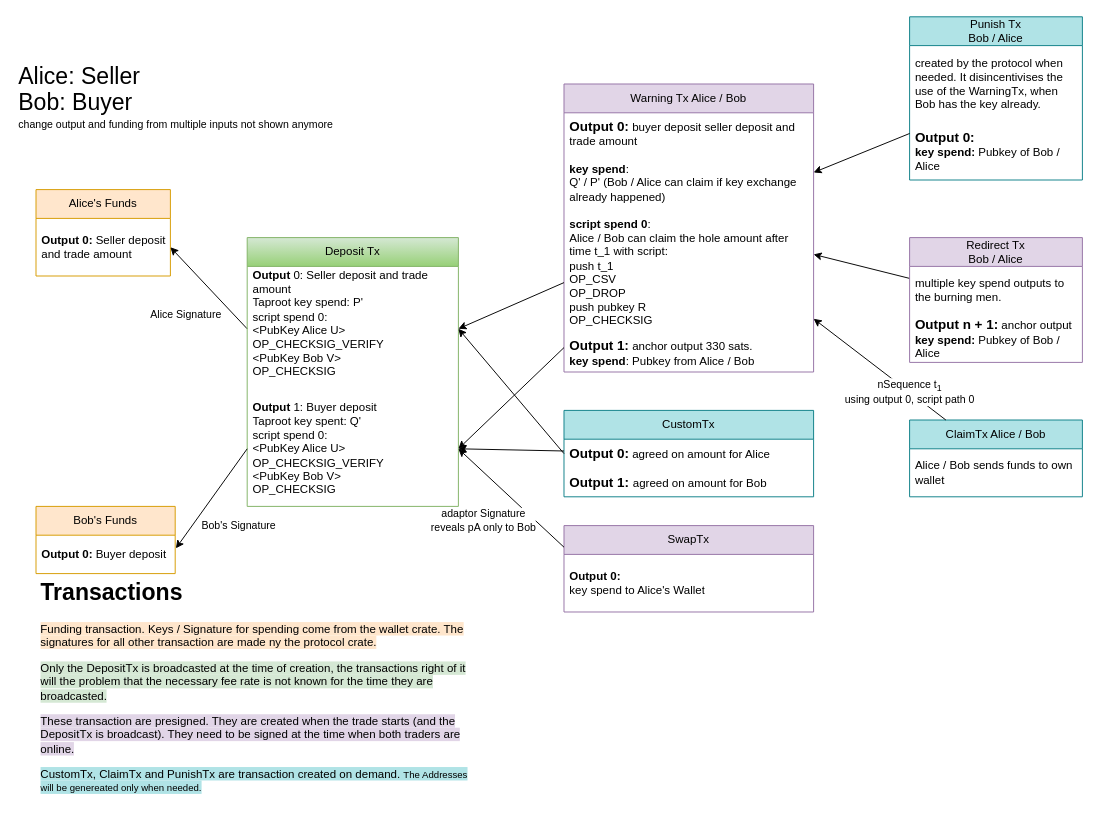
The draw.io diagram concept/STx7.drawio in bisq-network/bisq-musig, before the edit. Source tidied: cells renumbered, new cells numbered last; positions are measured from the earlier drawing's top-left corner, leaving out a move shared by most shapes. Both pictures are drawn from the tidied source at 96%, with x=0, y=0 at pixel (16, 16).
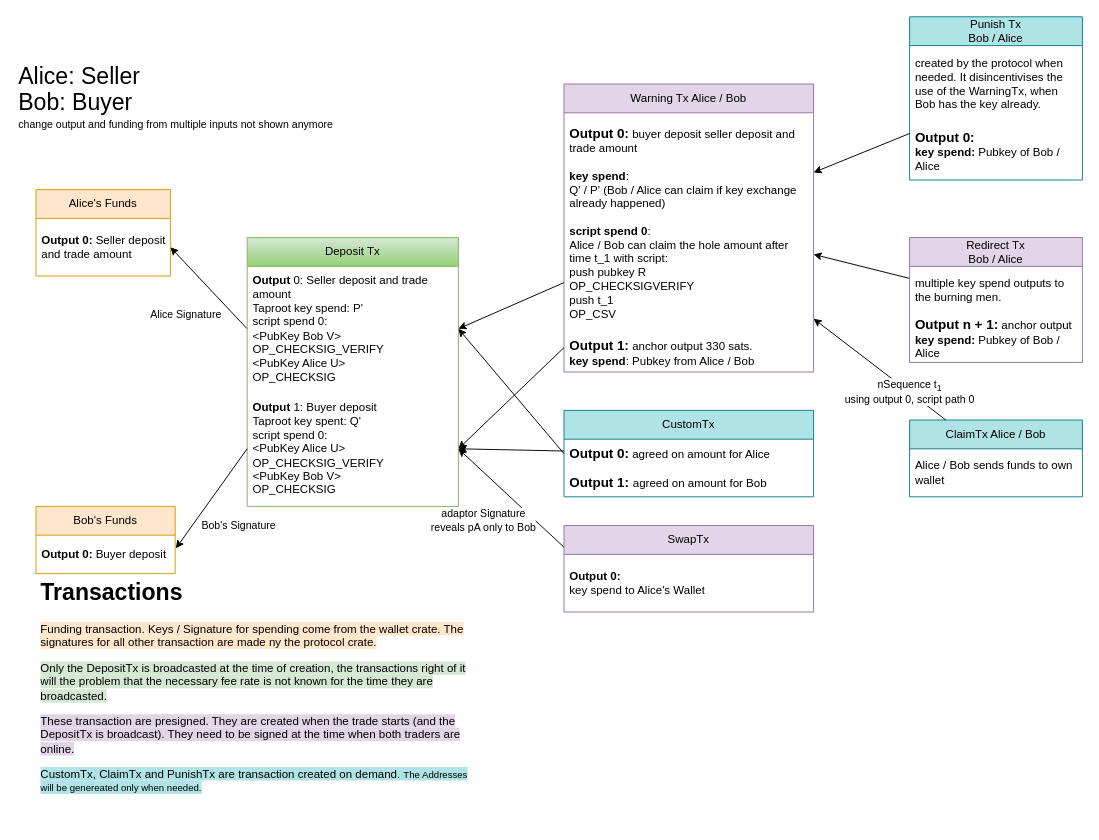
Above is the later version.

Commit message (it also covers changes not shown here):
feedback from stejabc, change the script for better uniformity and optimization

Unchanged cells that the change refers to:
```xml
<mxCell id="8" value="Deposit Tx" style="swimlane;fontStyle=0;horizontal=1;startSize=30;whiteSpace=wrap;html=1;labelBackgroundColor=none;fillColor=#d5e8d4;strokeColor=#82b366;gradientColor=#97d077;" parent="1" vertex="1">
  <mxGeometry x="240" y="230" width="220" height="280" as="geometry" />
</mxCell>
<mxCell id="13" value="Warning Tx Alice / Bob" style="swimlane;fontStyle=0;horizontal=1;startSize=30;whiteSpace=wrap;html=1;labelBackgroundColor=none;fillColor=#e1d5e7;strokeColor=#9673a6;" parent="1" vertex="1">
  <mxGeometry x="570" y="70" width="260" height="300" as="geometry" />
</mxCell>
```

What changed in the source:
```diff
@@
-    <mxCell id="9" value="&lt;b&gt;Output&lt;/b&gt;&amp;nbsp;0: Seller deposit and trade amount&lt;br&gt;Taproot key spend: P'&lt;br&gt;script spend 0:&lt;br&gt;&amp;lt;PubKey Alice U&amp;gt;&lt;br&gt;OP_CHECKSIG_VERIFY&lt;br&gt;&amp;lt;PubKey Bob V&amp;gt;&lt;br&gt;OP_CHECKSIG&lt;br&gt;&lt;br&gt;" style="text;strokeColor=none;fillColor=none;align=left;verticalAlign=middle;spacingLeft=4;spacingRight=4;overflow=hidden;points=[[0,0.5],[1,0.5]];portConstraint=eastwest;whiteSpace=wrap;html=1;labelBackgroundColor=none;" parent="8" vertex="1">
+    <mxCell id="9" value="&lt;b&gt;Output&lt;/b&gt;&amp;nbsp;0: Seller deposit and trade amount&lt;br&gt;Taproot key spend: P'&lt;br&gt;script spend 0:&lt;br&gt;&amp;lt;PubKey Bob V&amp;gt;&lt;br&gt;OP_CHECKSIG_VERIFY&lt;br&gt;&amp;lt;PubKey Alice U&amp;gt;&lt;br&gt;OP_CHECKSIG&lt;br&gt;" style="text;strokeColor=none;fillColor=none;align=left;verticalAlign=middle;spacingLeft=4;spacingRight=4;overflow=hidden;points=[[0,0.5],[1,0.5]];portConstraint=eastwest;whiteSpace=wrap;html=1;labelBackgroundColor=none;" parent="8" vertex="1">
       <mxGeometry y="30" width="220" height="130" as="geometry" />
     </mxCell>
@@
-    <mxCell id="14" value="&lt;b style=&quot;&quot;&gt;&lt;font style=&quot;font-size: 14px;&quot;&gt;Output 0&lt;/font&gt;&lt;span style=&quot;font-size: 13px;&quot;&gt;: &lt;/span&gt;&lt;/b&gt;buyer deposit&amp;nbsp;seller deposit and trade amount&lt;br&gt;&lt;br&gt;&lt;b&gt;key spend&lt;/b&gt;: &lt;br&gt;Q' / P'&amp;nbsp;(Bob / Alice can claim if key exchange already happened)&lt;br&gt;&lt;b style=&quot;border-color: var(--border-color);&quot;&gt;&lt;br&gt;script spend 0&lt;/b&gt;: &lt;br&gt;Alice / Bob can claim the hole amount after time t_1 with script:&lt;br style=&quot;border-color: var(--border-color);&quot;&gt;push t_1&lt;br style=&quot;border-color: var(--border-color);&quot;&gt;OP_CSV&lt;br style=&quot;border-color: var(--border-color);&quot;&gt;OP_DROP&lt;br style=&quot;border-color: var(--border-color);&quot;&gt;push pubkey R&lt;br style=&quot;border-color: var(--border-color);&quot;&gt;OP_CHECKSIG" style="text;strokeColor=none;fillColor=none;align=left;verticalAlign=middle;spacingLeft=4;spacingRight=4;overflow=hidden;points=[[0,0.5],[1,0.5]];portConstraint=eastwest;whiteSpace=wrap;html=1;labelBackgroundColor=none;opacity=0;" parent="13" vertex="1">
+    <mxCell id="14" value="&lt;b style=&quot;&quot;&gt;&lt;font style=&quot;font-size: 14px;&quot;&gt;Output 0&lt;/font&gt;&lt;span style=&quot;font-size: 13px;&quot;&gt;: &lt;/span&gt;&lt;/b&gt;buyer deposit&amp;nbsp;seller deposit and trade amount&lt;br&gt;&lt;br&gt;&lt;b&gt;key spend&lt;/b&gt;: &lt;br&gt;Q' / P'&amp;nbsp;(Bob / Alice can claim if key exchange already happened)&lt;br&gt;&lt;b style=&quot;border-color: var(--border-color);&quot;&gt;&lt;br&gt;script spend 0&lt;/b&gt;: &lt;br&gt;Alice / Bob can claim the hole amount after time t_1 with script:&lt;br style=&quot;border-color: var(--border-color);&quot;&gt;push pubkey R&lt;br style=&quot;border-color: var(--border-color);&quot;&gt;OP_CHECKSIGVERIFY&lt;br&gt;push t_1&lt;br style=&quot;border-color: rgb(218, 220, 224);&quot;&gt;OP_CSV" style="text;strokeColor=none;fillColor=none;align=left;verticalAlign=middle;spacingLeft=4;spacingRight=4;overflow=hidden;points=[[0,0.5],[1,0.5]];portConstraint=eastwest;whiteSpace=wrap;html=1;labelBackgroundColor=none;opacity=0;" parent="13" vertex="1">
       <mxGeometry y="30" width="260" height="230" as="geometry" />
     </mxCell>
```
